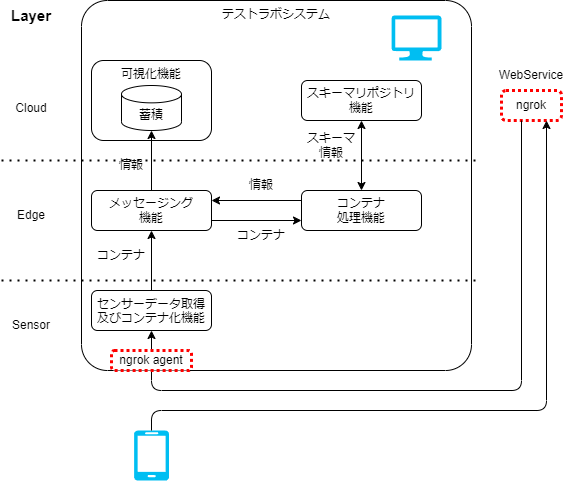
Earlier version of the draw.io export docs/testlab_system/environment/overview_target7.drawio.png (data-container-for-wearable-sensor/StartGuide). Source tidied: cells renumbered, new cells last; positions are measured from the earlier drawing's top-left corner, leaving out a move shared by most shapes.
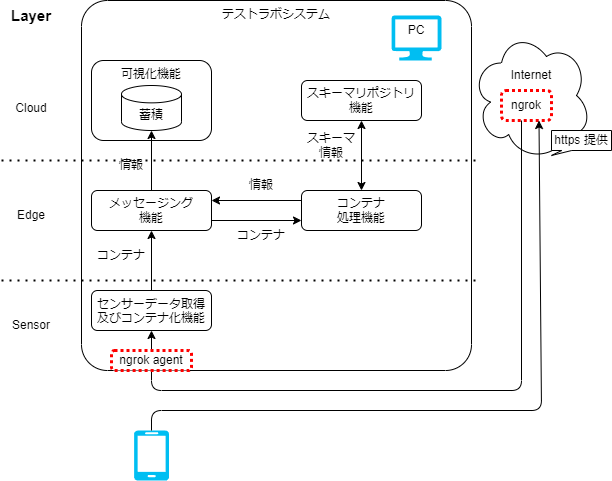
After the change.

Diff of the diagram source:
```diff
@@ -2,6 +2,9 @@
   <root>
     <mxCell id="0" />
     <mxCell id="1" parent="0" />
+    <mxCell id="33" style="ellipse;shape=cloud;whiteSpace=wrap;html=1;" parent="1" vertex="1">
+      <mxGeometry x="470" y="30" width="120" height="130" as="geometry" />
+    </mxCell>
     <mxCell id="2" value="テストラボシステム" style="rounded=1;whiteSpace=wrap;html=1;fillColor=none;align=center;verticalAlign=top;arcSize=7;" parent="1" vertex="1">
       <mxGeometry x="80" width="390" height="370" as="geometry" />
     </mxCell>
@@ -87,16 +90,16 @@
       <mxGeometry y="310" width="60" height="30" as="geometry" />
     </mxCell>
     <mxCell id="28" value="ngrok" style="rounded=1;whiteSpace=wrap;html=1;strokeColor=#FF0000;strokeWidth=3;dashed=1;dashPattern=1 1;" parent="1" vertex="1">
-      <mxGeometry x="500" y="90" width="60" height="30" as="geometry" />
+      <mxGeometry x="500" y="90" width="50" height="30" as="geometry" />
     </mxCell>
-    <mxCell id="29" value="WebService" style="text;html=1;strokeColor=none;fillColor=none;align=center;verticalAlign=middle;whiteSpace=wrap;rounded=0;" parent="1" vertex="1">
+    <mxCell id="29" value="Internet" style="text;html=1;strokeColor=none;fillColor=none;align=center;verticalAlign=middle;whiteSpace=wrap;rounded=0;" parent="1" vertex="1">
       <mxGeometry x="500" y="70" width="60" height="10" as="geometry" />
     </mxCell>
     <mxCell id="30" style="edgeStyle=none;html=1;exitX=0.5;exitY=0;exitDx=0;exitDy=0;exitPerimeter=0;entryX=0.75;entryY=1;entryDx=0;entryDy=0;" parent="1" edge="1" source="19" target="28">
       <mxGeometry relative="1" as="geometry">
         <Array as="points">
           <mxPoint x="150" y="410" />
-          <mxPoint x="545" y="410" />
+          <mxPoint x="540" y="410" />
         </Array>
       </mxGeometry>
     </mxCell>
@@ -112,5 +115,11 @@
     <mxCell id="32" value="ngrok agent" style="rounded=1;whiteSpace=wrap;html=1;strokeColor=#FF0000;strokeWidth=3;dashed=1;dashPattern=1 1;" parent="1" vertex="1">
       <mxGeometry x="110" y="350" width="80" height="20" as="geometry" />
     </mxCell>
+    <mxCell id="34" value="https 提供" style="shape=callout;whiteSpace=wrap;html=1;perimeter=calloutPerimeter;size=5;position=0.17;position2=0;base=10;" parent="1" vertex="1">
+      <mxGeometry x="550" y="130" width="60" height="25" as="geometry" />
+    </mxCell>
+    <mxCell id="35" value="PC" style="text;html=1;strokeColor=none;fillColor=none;align=center;verticalAlign=middle;whiteSpace=wrap;rounded=0;" parent="1" vertex="1">
+      <mxGeometry x="385" y="15" width="60" height="30" as="geometry" />
+    </mxCell>
   </root>
 </mxGraphModel>
```
